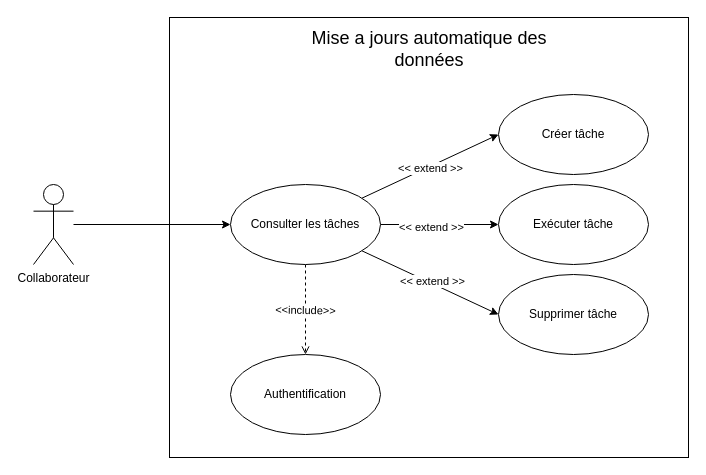
Before: useCaseMicroservice.drawio in mbaananou/diagramsPipelette, a draw.io diagram. Source tidied: cells renumbered, new cells numbered last; positions are measured from the earlier drawing's top-left corner, leaving out a move shared by most shapes. Both pictures are drawn from the tidied source at 100%, with x=0, y=0 at pixel (33, 17).
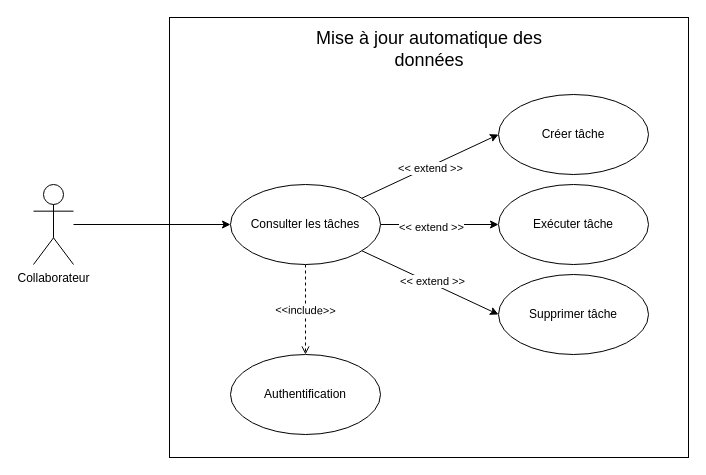
Above is the later version.

What changed in the source:
```diff
@@
-    <mxCell id="19" value="Mise a jours automatique des données" style="text;html=1;align=center;verticalAlign=middle;whiteSpace=wrap;rounded=0;fontSize=18;" parent="1" vertex="1">
+    <mxCell id="19" value="Mise à jour automatique des données" style="text;html=1;align=center;verticalAlign=middle;whiteSpace=wrap;rounded=0;fontSize=18;" parent="1" vertex="1">
       <mxGeometry x="270.5" y="17" width="250" height="30" as="geometry" />
     </mxCell>
```
